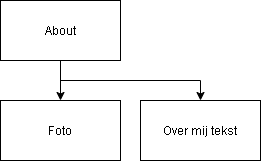
Before: 01-Challenge/Taak02-Ontwerpen/student-boomstructuur.drawio.png, a diagram exported from draw.io (JuliandeVries/Challenge-Portfolio). Source tidied: cells renumbered, new cells last; positions are measured from the earlier drawing's top-left corner, leaving out a move shared by most shapes.
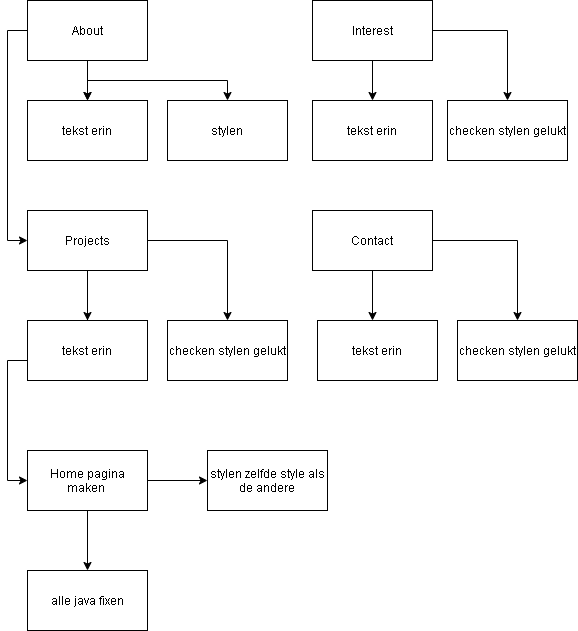
The same diagram one commit later.

What changed in the source:
```diff
@@ -8,14 +8,91 @@
     <mxCell id="3" style="edgeStyle=orthogonalEdgeStyle;rounded=0;jettySize=auto;html=1;exitX=0.5;exitY=1;exitDx=0;exitDy=0;" parent="1" edge="1" source="4" target="6">
       <mxGeometry relative="1" as="geometry" />
     </mxCell>
+    <mxCell id="7" style="edgeStyle=orthogonalEdgeStyle;rounded=0;jettySize=auto;html=1;entryX=0.5;entryY=0;entryDx=0;entryDy=0;" parent="1" edge="1" source="4" target="5">
+      <mxGeometry relative="1" as="geometry" />
+    </mxCell>
+    <mxCell id="8" style="edgeStyle=orthogonalEdgeStyle;rounded=0;jettySize=auto;html=1;exitX=0;exitY=0.5;exitDx=0;exitDy=0;entryX=0;entryY=0.5;entryDx=0;entryDy=0;" parent="1" edge="1" source="4" target="17">
+      <mxGeometry relative="1" as="geometry" />
+    </mxCell>
     <mxCell id="4" value="About" style="rounded=0;whiteSpace=wrap;html=1;" parent="1" vertex="1">
       <mxGeometry width="120" height="60" as="geometry" />
     </mxCell>
-    <mxCell id="5" value="Foto" style="rounded=0;whiteSpace=wrap;html=1;" parent="1" vertex="1">
+    <mxCell id="5" value="tekst erin" style="rounded=0;whiteSpace=wrap;html=1;" parent="1" vertex="1">
       <mxGeometry y="100" width="120" height="60" as="geometry" />
     </mxCell>
-    <mxCell id="6" value="Over mij tekst" style="rounded=0;whiteSpace=wrap;html=1;" parent="1" vertex="1">
+    <mxCell id="6" value="stylen" style="rounded=0;whiteSpace=wrap;html=1;" parent="1" vertex="1">
       <mxGeometry x="140" y="100" width="120" height="60" as="geometry" />
     </mxCell>
+    <mxCell id="9" style="edgeStyle=orthogonalEdgeStyle;rounded=0;jettySize=auto;html=1;entryX=0.5;entryY=0;entryDx=0;entryDy=0;" parent="1" edge="1" source="11" target="12">
+      <mxGeometry relative="1" as="geometry" />
+    </mxCell>
+    <mxCell id="10" style="edgeStyle=orthogonalEdgeStyle;rounded=0;jettySize=auto;html=1;entryX=0.5;entryY=0;entryDx=0;entryDy=0;" parent="1" edge="1" source="11" target="13">
+      <mxGeometry relative="1" as="geometry" />
+    </mxCell>
+    <mxCell id="11" value="Interest" style="rounded=0;whiteSpace=wrap;html=1;" parent="1" vertex="1">
+      <mxGeometry x="285" width="120" height="60" as="geometry" />
+    </mxCell>
+    <mxCell id="12" value="tekst erin" style="rounded=0;whiteSpace=wrap;html=1;" parent="1" vertex="1">
+      <mxGeometry x="285" y="100" width="120" height="60" as="geometry" />
+    </mxCell>
+    <mxCell id="13" value="checken stylen gelukt" style="rounded=0;whiteSpace=wrap;html=1;" parent="1" vertex="1">
+      <mxGeometry x="420" y="100" width="120" height="60" as="geometry" />
+    </mxCell>
+    <mxCell id="14" style="edgeStyle=orthogonalEdgeStyle;rounded=0;jettySize=auto;html=1;" parent="1" edge="1" source="17">
+      <mxGeometry relative="1" as="geometry">
+        <mxPoint x="60" y="320" as="targetPoint" />
+      </mxGeometry>
+    </mxCell>
+    <mxCell id="15" style="edgeStyle=orthogonalEdgeStyle;rounded=0;jettySize=auto;html=1;entryX=0.5;entryY=0;entryDx=0;entryDy=0;" parent="1" edge="1" source="17" target="19">
+      <mxGeometry relative="1" as="geometry" />
+    </mxCell>
+    <mxCell id="16" style="edgeStyle=orthogonalEdgeStyle;rounded=0;jettySize=auto;html=1;entryX=0;entryY=0.5;entryDx=0;entryDy=0;" parent="1" edge="1" source="17" target="27">
+      <mxGeometry relative="1" as="geometry" />
+    </mxCell>
+    <mxCell id="17" value="Projects" style="rounded=0;whiteSpace=wrap;html=1;" parent="1" vertex="1">
+      <mxGeometry y="210" width="120" height="60" as="geometry" />
+    </mxCell>
+    <mxCell id="18" value="tekst erin" style="rounded=0;whiteSpace=wrap;html=1;" parent="1" vertex="1">
+      <mxGeometry y="320" width="120" height="60" as="geometry" />
+    </mxCell>
+    <mxCell id="19" value="checken stylen gelukt" style="rounded=0;whiteSpace=wrap;html=1;" parent="1" vertex="1">
+      <mxGeometry x="140" y="320" width="120" height="60" as="geometry" />
+    </mxCell>
+    <mxCell id="20" style="edgeStyle=orthogonalEdgeStyle;rounded=0;jettySize=auto;html=1;" parent="1" edge="1" source="22">
+      <mxGeometry relative="1" as="geometry">
+        <mxPoint x="345" y="320" as="targetPoint" />
+      </mxGeometry>
+    </mxCell>
+    <mxCell id="21" style="edgeStyle=orthogonalEdgeStyle;rounded=0;jettySize=auto;html=1;entryX=0.5;entryY=0;entryDx=0;entryDy=0;" parent="1" edge="1" source="22" target="24">
+      <mxGeometry relative="1" as="geometry" />
+    </mxCell>
+    <mxCell id="22" value="Contact" style="rounded=0;whiteSpace=wrap;html=1;" parent="1" vertex="1">
+      <mxGeometry x="285" y="210" width="120" height="60" as="geometry" />
+    </mxCell>
+    <mxCell id="23" value="tekst erin" style="rounded=0;whiteSpace=wrap;html=1;" parent="1" vertex="1">
+      <mxGeometry x="290" y="320" width="120" height="60" as="geometry" />
+    </mxCell>
+    <mxCell id="24" value="checken stylen gelukt" style="rounded=0;whiteSpace=wrap;html=1;" parent="1" vertex="1">
+      <mxGeometry x="430" y="320" width="120" height="60" as="geometry" />
+    </mxCell>
+    <mxCell id="25" style="edgeStyle=orthogonalEdgeStyle;rounded=0;jettySize=auto;html=1;" parent="1" edge="1" source="27">
+      <mxGeometry relative="1" as="geometry">
+        <mxPoint x="60" y="570" as="targetPoint" />
+      </mxGeometry>
+    </mxCell>
+    <mxCell id="26" style="edgeStyle=orthogonalEdgeStyle;rounded=0;jettySize=auto;html=1;" parent="1" edge="1" source="27">
+      <mxGeometry relative="1" as="geometry">
+        <mxPoint x="180" y="480" as="targetPoint" />
+      </mxGeometry>
+    </mxCell>
+    <mxCell id="27" value="Home pagina maken&amp;nbsp;" style="rounded=0;whiteSpace=wrap;html=1;" parent="1" vertex="1">
+      <mxGeometry y="450" width="120" height="60" as="geometry" />
+    </mxCell>
+    <mxCell id="28" value="alle java fixen" style="rounded=0;whiteSpace=wrap;html=1;" parent="1" vertex="1">
+      <mxGeometry y="570" width="120" height="60" as="geometry" />
+    </mxCell>
+    <mxCell id="29" value="stylen zelfde style als de andere" style="rounded=0;whiteSpace=wrap;html=1;" parent="1" vertex="1">
+      <mxGeometry x="180" y="450" width="120" height="60" as="geometry" />
+    </mxCell>
   </root>
 </mxGraphModel>
```
